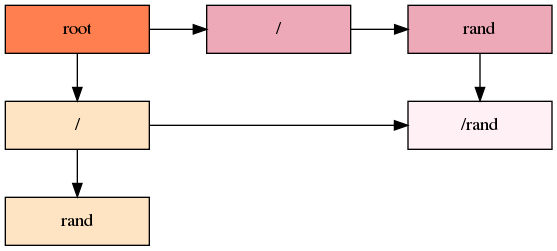
The Graphviz diagram Reports/MatrizAdy.png in JPineda12/EDD_2S2019_PY2_201404405, before a commit. Its source is kept beside it as Reports/MatrizAdy.dot.
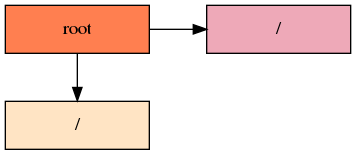
The same diagram one commit later.

Change to the diagram source:
```diff
@@ -5,27 +5,17 @@
     root[label = "root", width = 1.5, style = filled, fillcolor = coral, group = 0];
 
     Fila0 [label = "/" width = 1.5 style = filled, fillcolor = bisque1, group = 0];
-    Fila1 [label = "rand" width = 1.5 style = filled, fillcolor = bisque1, group = 0];
 
-    Fila0->Fila1
 
     Column0[label ="/" width = 1.5 style = filled, fillcolor = pink2, group = 1];
-    Column1[label ="rand" width = 1.5 style = filled, fillcolor = pink2, group = 2];
 
 
-    Column0->Column1
 
-    {rank = same; root; Column0; Column1;};
+    {rank = same; root; Column0;};
 
     root->Column0;
     root->Fila0;
-    N1_F0 [label = "/rand" width = 1.5 group = 2 style = filled, fillcolor = lavenderblush1];
 
-
-    Column1->N1_F0;
-    Fila0->N1_F0;
-    {rank = same; Fila0; N1_F0; };
-
-    {rank = same; Fila1; };
+    {rank = same; Fila0; };
 
 }
```
